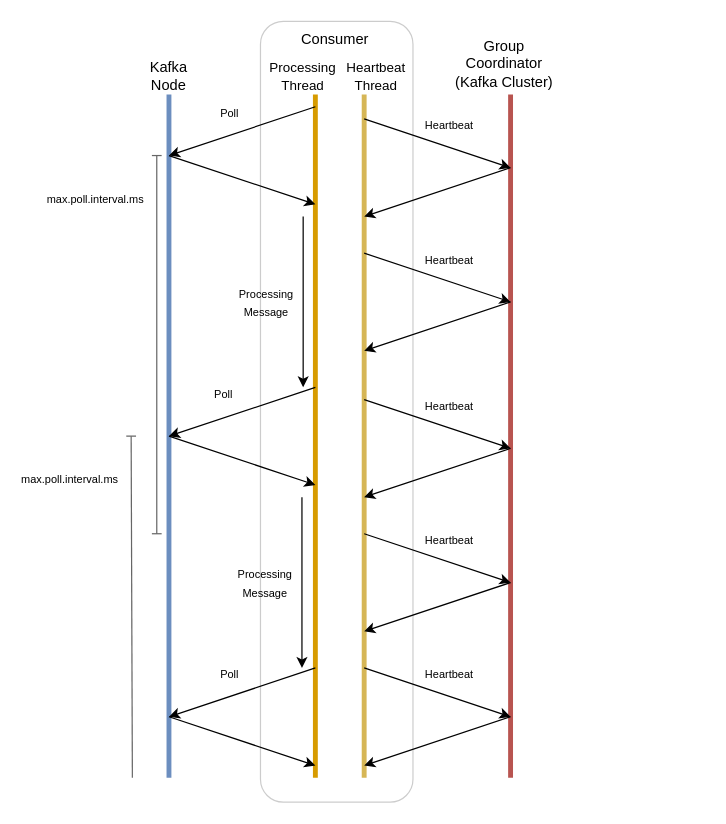
Above: drawio/kafka/kafka-rebalancing-bg-info-8.drawio in windowforsun/blog (draw.io), before the change. Source tidied: cells renumbered, new cells numbered last; positions are measured from the earlier drawing's top-left corner, leaving out a move shared by most shapes. Both pictures are drawn from the tidied source at 122%, with x=0, y=0 at pixel (33, 21).
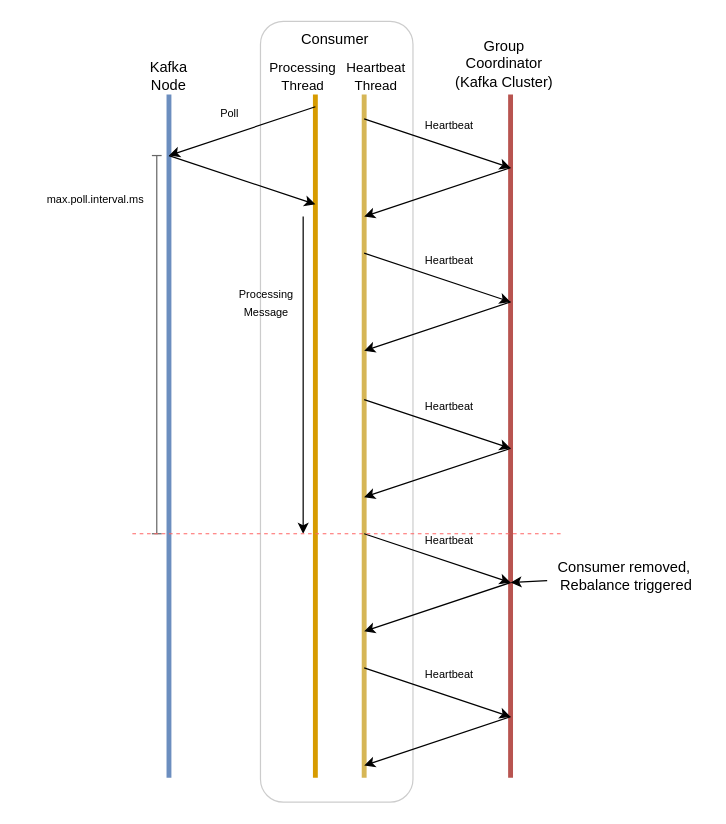
The same diagram, later.

Change to the diagram source:
```diff
@@
     <mxCell id="21" style="endArrow=classic;html=1;rounded=0;" parent="1" edge="1">
       <mxGeometry relative="1" as="geometry">
         <mxPoint x="221" y="160" as="sourcePoint" />
-        <mxPoint x="221" y="300" as="targetPoint" />
+        <mxPoint x="221" y="420" as="targetPoint" />
       </mxGeometry>
     </mxCell>
@@
-    <mxCell id="23" style="endArrow=classic;html=1;rounded=0;" parent="1" edge="1">
-      <mxGeometry relative="1" as="geometry">
-        <mxPoint x="231" y="300" as="sourcePoint" />
-        <mxPoint x="111" y="340" as="targetPoint" />
-      </mxGeometry>
-    </mxCell>
-    <mxCell id="24" style="endArrow=classic;html=1;rounded=0;" parent="1" edge="1">
-      <mxGeometry relative="1" as="geometry">
-        <mxPoint x="111" y="340" as="sourcePoint" />
-        <mxPoint x="231" y="380" as="targetPoint" />
-      </mxGeometry>
-    </mxCell>
@@
-    <mxCell id="27" style="endArrow=classic;html=1;rounded=0;" parent="1" edge="1">
-      <mxGeometry relative="1" as="geometry">
-        <mxPoint x="220" y="390" as="sourcePoint" />
-        <mxPoint x="220" y="530" as="targetPoint" />
-      </mxGeometry>
-    </mxCell>
-    <mxCell id="28" value="&lt;font style=&quot;font-size: 9px;&quot;&gt;Processing&lt;br&gt;Message&lt;br&gt;&lt;/font&gt;" style="text;html=1;strokeColor=none;fillColor=none;align=center;verticalAlign=middle;whiteSpace=wrap;rounded=0;" parent="1" vertex="1">
-      <mxGeometry x="160" y="445" width="60" height="30" as="geometry" />
-    </mxCell>
@@
-    <mxCell id="38" style="endArrow=classic;html=1;rounded=0;" parent="1" edge="1">
-      <mxGeometry relative="1" as="geometry">
-        <mxPoint x="231" y="530" as="sourcePoint" />
-        <mxPoint x="111" y="570" as="targetPoint" />
-      </mxGeometry>
-    </mxCell>
-    <mxCell id="39" style="endArrow=classic;html=1;rounded=0;" parent="1" edge="1">
-      <mxGeometry relative="1" as="geometry">
-        <mxPoint x="111" y="570" as="sourcePoint" />
-        <mxPoint x="231" y="610" as="targetPoint" />
-      </mxGeometry>
-    </mxCell>
-    <mxCell id="40" style="html=1;rounded=0;startArrow=baseDash;startFill=0;endArrow=none;endFill=0;fillColor=#f5f5f5;strokeColor=#666666;" parent="1" edge="1">
-      <mxGeometry relative="1" as="geometry">
-        <mxPoint x="80" y="340" as="sourcePoint" />
-        <mxPoint x="81" y="620" as="targetPoint" />
-      </mxGeometry>
-    </mxCell>
-    <mxCell id="41" value="&lt;font style=&quot;font-size: 9px;&quot;&gt;max.poll.interval.ms&lt;/font&gt;" style="text;html=1;strokeColor=none;fillColor=none;align=center;verticalAlign=middle;whiteSpace=wrap;rounded=0;" parent="1" vertex="1">
-      <mxGeometry y="360" width="60" height="30" as="geometry" />
-    </mxCell>
-    <mxCell id="42" value="&lt;font style=&quot;font-size: 9px;&quot;&gt;Poll&lt;/font&gt;" style="text;html=1;strokeColor=none;fillColor=none;align=center;verticalAlign=middle;whiteSpace=wrap;rounded=0;" parent="1" vertex="1">
-      <mxGeometry x="126" y="290" width="60" height="30" as="geometry" />
-    </mxCell>
-    <mxCell id="43" value="&lt;font style=&quot;font-size: 9px;&quot;&gt;Poll&lt;/font&gt;" style="text;html=1;strokeColor=none;fillColor=none;align=center;verticalAlign=middle;whiteSpace=wrap;rounded=0;" parent="1" vertex="1">
-      <mxGeometry x="131" y="520" width="60" height="30" as="geometry" />
-    </mxCell>
+    <mxCell id="44" style="endArrow=none;dashed=1;html=1;rounded=0;strokeColor=#FF6666;" parent="1" edge="1">
+      <mxGeometry relative="1" as="geometry">
+        <mxPoint x="81" y="420" as="sourcePoint" />
+        <mxPoint x="433.2" y="420" as="targetPoint" />
+      </mxGeometry>
+    </mxCell>
+    <mxCell id="45" style="rounded=0;jettySize=auto;html=1;" parent="1" edge="1" source="46">
+      <mxGeometry relative="1" as="geometry">
+        <mxPoint x="391" y="460" as="targetPoint" />
+      </mxGeometry>
+    </mxCell>
+    <mxCell id="46" value="Consumer removed,&amp;nbsp;&lt;br&gt;Rebalance triggered" style="text;html=1;strokeColor=none;fillColor=none;align=center;verticalAlign=middle;whiteSpace=wrap;rounded=0;" parent="1" vertex="1">
+      <mxGeometry x="421" y="440" width="130" height="30" as="geometry" />
+    </mxCell>
```
